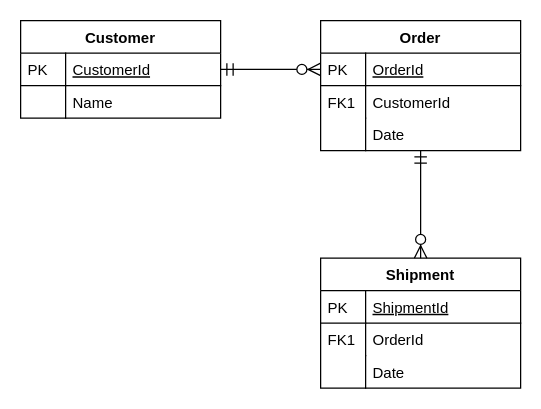
Earlier version of the draw.io diagram Untitled Diagram.drawio (SLI-IXXI/siri_lite). Source tidied: cells renumbered, new cells numbered last; positions are measured from the earlier drawing's top-left corner, leaving out a move shared by most shapes. Both pictures are drawn from the tidied source at 125%, with x=0, y=0 at pixel (20, 20).
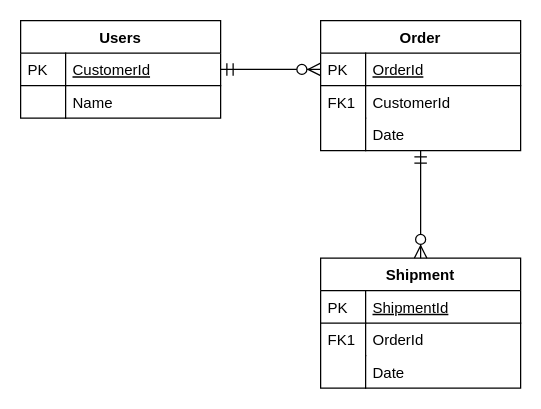
The same page after the edit.

What changed in the source:
```diff
@@
-    <mxCell id="2" value="Customer" style="swimlane;fontStyle=1;horizontal=1;startSize=26;rounded=0;shadow=0;strokeWidth=1;" parent="1" vertex="1">
+    <mxCell id="2" value="Users" style="swimlane;fontStyle=1;horizontal=1;startSize=26;rounded=0;shadow=0;strokeWidth=1;" parent="1" vertex="1">
       <mxGeometry width="160" height="78" as="geometry" />
     </mxCell>
```
